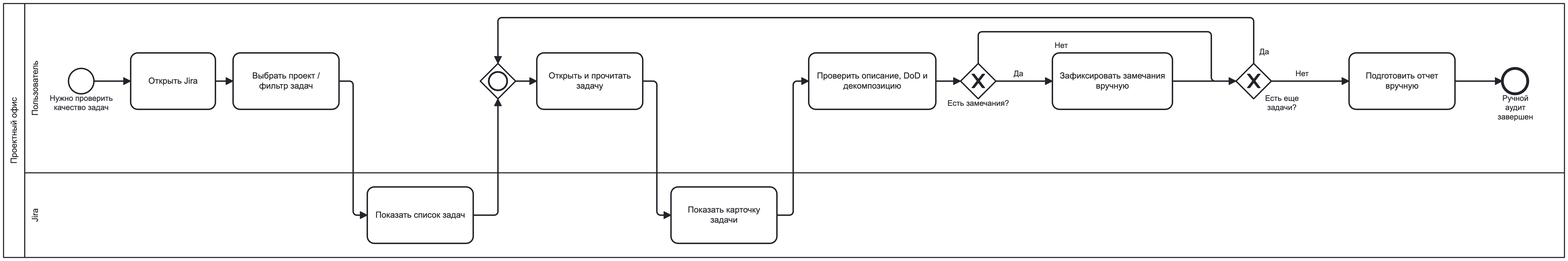
Above: docs/resources/BPMN/AS_IS.png in vladuslavivanov/jira_analyzer (BPMN), before the change. Its source is kept beside it as docs/resources/BPMN/AS_IS.bpmn. Ids are renumbered.
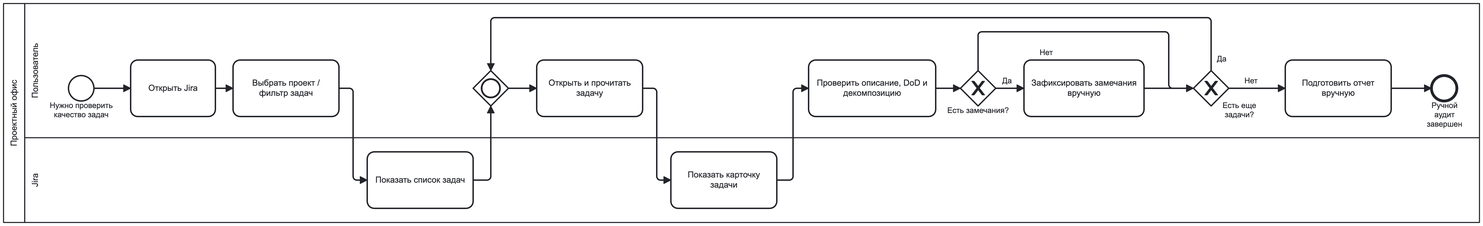
After the change.

Commit message:
update spaces on BPMN diagrams to make it similar

The edit, as a diff of the source:
```diff
@@ -8,7 +8,6 @@
         <bpmn:flowNodeRef>StartEvent_1</bpmn:flowNodeRef>
         <bpmn:flowNodeRef>Task_OpenJira</bpmn:flowNodeRef>
         <bpmn:flowNodeRef>Task_SetFilter</bpmn:flowNodeRef>
-        <bpmn:flowNodeRef>Gateway_n4</bpmn:flowNodeRef>
         <bpmn:flowNodeRef>Task_ReadIssue</bpmn:flowNodeRef>
         <bpmn:flowNodeRef>Task_CheckQuality</bpmn:flowNodeRef>
         <bpmn:flowNodeRef>Gateway_HasProblems</bpmn:flowNodeRef>
@@ -16,49 +15,13 @@
         <bpmn:flowNodeRef>Gateway_MoreIssues</bpmn:flowNodeRef>
         <bpmn:flowNodeRef>Task_PrepareReport</bpmn:flowNodeRef>
         <bpmn:flowNodeRef>EndEvent_1</bpmn:flowNodeRef>
+        <bpmn:flowNodeRef>Gateway_n4</bpmn:flowNodeRef>
       </bpmn:lane>
       <bpmn:lane id="Lane_n5" name="Jira">
         <bpmn:flowNodeRef>Task_ShowIssueList</bpmn:flowNodeRef>
         <bpmn:flowNodeRef>Task_ShowIssueCard</bpmn:flowNodeRef>
       </bpmn:lane>
     </bpmn:laneSet>
-    <bpmn:startEvent id="StartEvent_1" name="Нужно проверить качество задач">
-      <bpmn:outgoing>Flow_1</bpmn:outgoing>
-    </bpmn:startEvent>
-    <bpmn:task id="Task_OpenJira" name="Открыть Jira">
-      <bpmn:incoming>Flow_1</bpmn:incoming>
-      <bpmn:outgoing>Flow_2</bpmn:outgoing>
-    </bpmn:task>
-    <bpmn:task id="Task_SetFilter" name="Выбрать проект / фильтр задач">
-      <bpmn:incoming>Flow_2</bpmn:incoming>
-      <bpmn:outgoing>Flow_3</bpmn:outgoing>
-    </bpmn:task>
-    <bpmn:inclusiveGateway id="Gateway_n4">
-      <bpmn:incoming>Flow_4</bpmn:incoming>
-      <bpmn:incoming>Flow_11</bpmn:incoming>
-      <bpmn:outgoing>Flow_n6</bpmn:outgoing>
-    </bpmn:inclusiveGateway>
-    <bpmn:task id="Task_ReadIssue" name="Открыть и прочитать задачу">
-      <bpmn:incoming>Flow_n6</bpmn:incoming>
-      <bpmn:outgoing>Flow_5</bpmn:outgoing>
-    </bpmn:task>
-    <bpmn:task id="Task_ShowIssueList" name="Показать список задач">
-      <bpmn:incoming>Flow_3</bpmn:incoming>
-      <bpmn:outgoing>Flow_4</bpmn:outgoing>
-    </bpmn:task>
-    <bpmn:task id="Task_ShowIssueCard" name="Показать карточку задачи">
-      <bpmn:incoming>Flow_5</bpmn:incoming>
-      <bpmn:outgoing>Flow_6</bpmn:outgoing>
-    </bpmn:task>
-    <bpmn:task id="Task_CheckQuality" name="Проверить описание, DoD и декомпозицию">
-      <bpmn:incoming>Flow_6</bpmn:incoming>
-      <bpmn:outgoing>Flow_7</bpmn:outgoing>
-    </bpmn:task>
-    <bpmn:exclusiveGateway id="Gateway_HasProblems" name="Есть замечания?">
-      <bpmn:incoming>Flow_7</bpmn:incoming>
-      <bpmn:outgoing>Flow_8_No</bpmn:outgoing>
-      <bpmn:outgoing>Flow_8_Yes</bpmn:outgoing>
-    </bpmn:exclusiveGateway>
     <bpmn:sequenceFlow id="Flow_1" sourceRef="StartEvent_1" targetRef="Task_OpenJira" />
     <bpmn:sequenceFlow id="Flow_2" sourceRef="Task_OpenJira" targetRef="Task_SetFilter" />
     <bpmn:sequenceFlow id="Flow_3" sourceRef="Task_SetFilter" targetRef="Task_ShowIssueList" />
@@ -73,6 +36,38 @@
     <bpmn:sequenceFlow id="Flow_7" sourceRef="Task_CheckQuality" targetRef="Gateway_HasProblems" />
     <bpmn:sequenceFlow id="Flow_8_Yes" name="Да" sourceRef="Gateway_HasProblems" targetRef="Task_WriteComments" />
     <bpmn:sequenceFlow id="Flow_9" sourceRef="Task_WriteComments" targetRef="Gateway_MoreIssues" />
+    <bpmn:startEvent id="StartEvent_1" name="Нужно проверить качество задач">
+      <bpmn:outgoing>Flow_1</bpmn:outgoing>
+    </bpmn:startEvent>
+    <bpmn:task id="Task_OpenJira" name="Открыть Jira">
+      <bpmn:incoming>Flow_1</bpmn:incoming>
+      <bpmn:outgoing>Flow_2</bpmn:outgoing>
+    </bpmn:task>
+    <bpmn:task id="Task_SetFilter" name="Выбрать проект / фильтр задач">
+      <bpmn:incoming>Flow_2</bpmn:incoming>
+      <bpmn:outgoing>Flow_3</bpmn:outgoing>
+    </bpmn:task>
+    <bpmn:task id="Task_ReadIssue" name="Открыть и прочитать задачу">
+      <bpmn:incoming>Flow_n6</bpmn:incoming>
+      <bpmn:outgoing>Flow_5</bpmn:outgoing>
+    </bpmn:task>
+    <bpmn:task id="Task_CheckQuality" name="Проверить описание, DoD и декомпозицию">
+      <bpmn:incoming>Flow_6</bpmn:incoming>
+      <bpmn:outgoing>Flow_7</bpmn:outgoing>
+    </bpmn:task>
+    <bpmn:exclusiveGateway id="Gateway_HasProblems" name="Есть замечания?">
+      <bpmn:incoming>Flow_7</bpmn:incoming>
+      <bpmn:outgoing>Flow_8_No</bpmn:outgoing>
+      <bpmn:outgoing>Flow_8_Yes</bpmn:outgoing>
+    </bpmn:exclusiveGateway>
+    <bpmn:task id="Task_ShowIssueList" name="Показать список задач">
+      <bpmn:incoming>Flow_3</bpmn:incoming>
+      <bpmn:outgoing>Flow_4</bpmn:outgoing>
+    </bpmn:task>
+    <bpmn:task id="Task_ShowIssueCard" name="Показать карточку задачи">
+      <bpmn:incoming>Flow_5</bpmn:incoming>
+      <bpmn:outgoing>Flow_6</bpmn:outgoing>
+    </bpmn:task>
     <bpmn:task id="Task_WriteComments" name="Зафиксировать замечания вручную">
       <bpmn:incoming>Flow_8_Yes</bpmn:incoming>
       <bpmn:outgoing>Flow_9</bpmn:outgoing>
@@ -90,152 +85,157 @@
     <bpmn:endEvent id="EndEvent_1" name="Ручной аудит завершен">
       <bpmn:incoming>Flow_13</bpmn:incoming>
     </bpmn:endEvent>
+    <bpmn:inclusiveGateway id="Gateway_n4">
+      <bpmn:incoming>Flow_4</bpmn:incoming>
+      <bpmn:incoming>Flow_11</bpmn:incoming>
+      <bpmn:outgoing>Flow_n6</bpmn:outgoing>
+    </bpmn:inclusiveGateway>
   </bpmn:process>
   <bpmndi:BPMNDiagram id="BPMNDiagram_1">
     <bpmndi:BPMNPlane id="BPMNPlane_1" bpmnElement="Collaboration_n1">
       <bpmndi:BPMNShape id="Participant_n2_di" bpmnElement="Participant_n2" isHorizontal="true">
-        <dc:Bounds x="160" y="80" width="2210" height="360" />
+        <dc:Bounds x="160" y="80" width="2090" height="310" />
         <bpmndi:BPMNLabel />
       </bpmndi:BPMNShape>
       <bpmndi:BPMNShape id="Lane_n3_di" bpmnElement="Lane_n3" isHorizontal="true">
-        <dc:Bounds x="190" y="80" width="2180" height="240" />
+        <dc:Bounds x="190" y="80" width="2060" height="190" />
         <bpmndi:BPMNLabel />
       </bpmndi:BPMNShape>
       <bpmndi:BPMNShape id="Lane_n5_di" bpmnElement="Lane_n5" isHorizontal="true">
-        <dc:Bounds x="190" y="320" width="2180" height="120" />
+        <dc:Bounds x="190" y="270" width="2060" height="120" />
         <bpmndi:BPMNLabel />
       </bpmndi:BPMNShape>
       <bpmndi:BPMNShape id="StartEvent_1_di" bpmnElement="StartEvent_1">
-        <dc:Bounds x="252" y="172" width="36" height="36" />
+        <dc:Bounds x="252" y="182" width="36" height="36" />
         <bpmndi:BPMNLabel>
-          <dc:Bounds x="225" y="208" width="90" height="27" />
+          <dc:Bounds x="225" y="218" width="90" height="27" />
         </bpmndi:BPMNLabel>
       </bpmndi:BPMNShape>
       <bpmndi:BPMNShape id="Task_OpenJira_di" bpmnElement="Task_OpenJira">
-        <dc:Bounds x="340" y="150" width="120" height="80" />
+        <dc:Bounds x="340" y="160" width="120" height="80" />
       </bpmndi:BPMNShape>
       <bpmndi:BPMNShape id="Task_SetFilter_di" bpmnElement="Task_SetFilter">
-        <dc:Bounds x="485" y="150" width="150" height="80" />
-      </bpmndi:BPMNShape>
-      <bpmndi:BPMNShape id="Gateway_1n3pvmi_di" bpmnElement="Gateway_n4">
-        <dc:Bounds x="835" y="165" width="50" height="50" />
+        <dc:Bounds x="485" y="160" width="150" height="80" />
       </bpmndi:BPMNShape>
       <bpmndi:BPMNShape id="Task_ReadIssue_di" bpmnElement="Task_ReadIssue">
-        <dc:Bounds x="915" y="150" width="150" height="80" />
+        <dc:Bounds x="915" y="160" width="150" height="80" />
+      </bpmndi:BPMNShape>
+      <bpmndi:BPMNShape id="Task_CheckQuality_di" bpmnElement="Task_CheckQuality">
+        <dc:Bounds x="1300" y="160" width="180" height="80" />
+      </bpmndi:BPMNShape>
+      <bpmndi:BPMNShape id="Gateway_HasProblems_di" bpmnElement="Gateway_HasProblems" isMarkerVisible="true">
+        <dc:Bounds x="1515" y="175" width="50" height="50" />
+        <bpmndi:BPMNLabel>
+          <dc:Bounds x="1496" y="225" width="88" height="14" />
+        </bpmndi:BPMNLabel>
       </bpmndi:BPMNShape>
       <bpmndi:BPMNShape id="Task_ShowIssueList_di" bpmnElement="Task_ShowIssueList">
-        <dc:Bounds x="675" y="340" width="150" height="80" />
+        <dc:Bounds x="675" y="290" width="150" height="80" />
       </bpmndi:BPMNShape>
       <bpmndi:BPMNShape id="Task_ShowIssueCard_di" bpmnElement="Task_ShowIssueCard">
-        <dc:Bounds x="1105" y="340" width="150" height="80" />
-      </bpmndi:BPMNShape>
-      <bpmndi:BPMNShape id="Task_CheckQuality_di" bpmnElement="Task_CheckQuality">
-        <dc:Bounds x="1300" y="150" width="180" height="80" />
-      </bpmndi:BPMNShape>
-      <bpmndi:BPMNShape id="Gateway_HasProblems_di" bpmnElement="Gateway_HasProblems" isMarkerVisible="true">
-        <dc:Bounds x="1515" y="165" width="50" height="50" />
-        <bpmndi:BPMNLabel>
-          <dc:Bounds x="1496" y="215" width="88" height="14" />
-        </bpmndi:BPMNLabel>
+        <dc:Bounds x="1105" y="290" width="150" height="80" />
       </bpmndi:BPMNShape>
       <bpmndi:BPMNShape id="Task_WriteComments_di" bpmnElement="Task_WriteComments">
-        <dc:Bounds x="1645" y="150" width="170" height="80" />
+        <dc:Bounds x="1605" y="160" width="170" height="80" />
         <bpmndi:BPMNLabel />
       </bpmndi:BPMNShape>
       <bpmndi:BPMNShape id="Gateway_MoreIssues_di" bpmnElement="Gateway_MoreIssues" isMarkerVisible="true">
-        <dc:Bounds x="1905" y="165" width="50" height="50" />
+        <dc:Bounds x="1845" y="175" width="50" height="50" />
         <bpmndi:BPMNLabel>
-          <dc:Bounds x="1946" y="208" width="48" height="27" />
+          <dc:Bounds x="1886" y="218" width="48" height="27" />
         </bpmndi:BPMNLabel>
       </bpmndi:BPMNShape>
       <bpmndi:BPMNShape id="Task_PrepareReport_di" bpmnElement="Task_PrepareReport">
-        <dc:Bounds x="2065" y="150" width="150" height="80" />
+        <dc:Bounds x="1975" y="160" width="150" height="80" />
       </bpmndi:BPMNShape>
       <bpmndi:BPMNShape id="EndEvent_1_di" bpmnElement="EndEvent_1">
-        <dc:Bounds x="2282" y="172" width="36" height="36" />
+        <dc:Bounds x="2182" y="182" width="36" height="36" />
         <bpmndi:BPMNLabel>
-          <dc:Bounds x="2266" y="208" width="69" height="40" />
+          <dc:Bounds x="2166" y="218" width="69" height="40" />
         </bpmndi:BPMNLabel>
       </bpmndi:BPMNShape>
+      <bpmndi:BPMNShape id="Gateway_1n3pvmi_di" bpmnElement="Gateway_n4">
+        <dc:Bounds x="825" y="175" width="50" height="50" />
+      </bpmndi:BPMNShape>
       <bpmndi:BPMNEdge id="Flow_1_di" bpmnElement="Flow_1">
-        <di:waypoint x="288" y="190" />
-        <di:waypoint x="340" y="190" />
+        <di:waypoint x="288" y="200" />
+        <di:waypoint x="340" y="200" />
       </bpmndi:BPMNEdge>
       <bpmndi:BPMNEdge id="Flow_2_di" bpmnElement="Flow_2">
-        <di:waypoint x="460" y="190" />
-        <di:waypoint x="485" y="190" />
+        <di:waypoint x="460" y="200" />
+        <di:waypoint x="485" y="200" />
       </bpmndi:BPMNEdge>
       <bpmndi:BPMNEdge id="Flow_3_di" bpmnElement="Flow_3">
-        <di:waypoint x="635" y="190" />
-        <di:waypoint x="655" y="190" />
-        <di:waypoint x="655" y="380" />
-        <di:waypoint x="675" y="380" />
+        <di:waypoint x="635" y="200" />
+        <di:waypoint x="655" y="200" />
+        <di:waypoint x="655" y="330" />
+        <di:waypoint x="675" y="330" />
       </bpmndi:BPMNEdge>
       <bpmndi:BPMNEdge id="Flow_4_di" bpmnElement="Flow_4">
-        <di:waypoint x="825" y="380" />
-        <di:waypoint x="860" y="380" />
-        <di:waypoint x="860" y="215" />
+        <di:waypoint x="825" y="330" />
+        <di:waypoint x="850" y="330" />
+        <di:waypoint x="850" y="225" />
       </bpmndi:BPMNEdge>
       <bpmndi:BPMNEdge id="Flow_11_di" bpmnElement="Flow_11">
-        <di:waypoint x="1930" y="165" />
-        <di:waypoint x="1930" y="100" />
-        <di:waypoint x="860" y="100" />
-        <di:waypoint x="860" y="165" />
+        <di:waypoint x="1870" y="175" />
+        <di:waypoint x="1870" y="100" />
+        <di:waypoint x="850" y="100" />
+        <di:waypoint x="850" y="175" />
         <bpmndi:BPMNLabel>
-          <dc:Bounds x="1938" y="142" width="14" height="14" />
+          <dc:Bounds x="1878" y="152" width="14" height="14" />
         </bpmndi:BPMNLabel>
       </bpmndi:BPMNEdge>
       <bpmndi:BPMNEdge id="Flow_n6_di" bpmnElement="Flow_n6">
-        <di:waypoint x="885" y="190" />
-        <di:waypoint x="915" y="190" />
+        <di:waypoint x="875" y="200" />
+        <di:waypoint x="915" y="200" />
       </bpmndi:BPMNEdge>
       <bpmndi:BPMNEdge id="Flow_5_di" bpmnElement="Flow_5">
-        <di:waypoint x="1065" y="190" />
-        <di:waypoint x="1085" y="190" />
-        <di:waypoint x="1085" y="380" />
-        <di:waypoint x="1105" y="380" />
+        <di:waypoint x="1065" y="200" />
+        <di:waypoint x="1085" y="200" />
+        <di:waypoint x="1085" y="330" />
+        <di:waypoint x="1105" y="330" />
       </bpmndi:BPMNEdge>
       <bpmndi:BPMNEdge id="Flow_8_No_di" bpmnElement="Flow_8_No">
-        <di:waypoint x="1540" y="165" />
+        <di:waypoint x="1540" y="175" />
         <di:waypoint x="1540" y="120" />
-        <di:waypoint x="1870" y="120" />
-        <di:waypoint x="1870" y="190" />
-        <di:waypoint x="1905" y="190" />
+        <di:waypoint x="1810" y="120" />
+        <di:waypoint x="1810" y="200" />
+        <di:waypoint x="1845" y="200" />
         <bpmndi:BPMNLabel>
-          <dc:Bounds x="1648" y="133" width="19" height="14" />
+          <dc:Bounds x="1627" y="143" width="19" height="14" />
         </bpmndi:BPMNLabel>
       </bpmndi:BPMNEdge>
       <bpmndi:BPMNEdge id="Flow_12_di" bpmnElement="Flow_12">
-        <di:waypoint x="1955" y="190" />
-        <di:waypoint x="2065" y="190" />
+        <di:waypoint x="1895" y="200" />
+        <di:waypoint x="1975" y="200" />
         <bpmndi:BPMNLabel>
-          <dc:Bounds x="1989" y="173" width="19" height="14" />
+          <dc:Bounds x="1917" y="183" width="19" height="14" />
         </bpmndi:BPMNLabel>
       </bpmndi:BPMNEdge>
       <bpmndi:BPMNEdge id="Flow_13_di" bpmnElement="Flow_13">
-        <di:waypoint x="2215" y="190" />
-        <di:waypoint x="2282" y="190" />
+        <di:waypoint x="2125" y="200" />
+        <di:waypoint x="2182" y="200" />
       </bpmndi:BPMNEdge>
       <bpmndi:BPMNEdge id="Flow_6_di" bpmnElement="Flow_6">
-        <di:waypoint x="1255" y="380" />
-        <di:waypoint x="1278" y="380" />
-        <di:waypoint x="1278" y="190" />
-        <di:waypoint x="1300" y="190" />
+        <di:waypoint x="1255" y="330" />
+        <di:waypoint x="1278" y="330" />
+        <di:waypoint x="1278" y="200" />
+        <di:waypoint x="1300" y="200" />
       </bpmndi:BPMNEdge>
       <bpmndi:BPMNEdge id="Flow_7_di" bpmnElement="Flow_7">
-        <di:waypoint x="1480" y="190" />
-        <di:waypoint x="1515" y="190" />
+        <di:waypoint x="1480" y="200" />
+        <di:waypoint x="1515" y="200" />
       </bpmndi:BPMNEdge>
       <bpmndi:BPMNEdge id="Flow_8_Yes_di" bpmnElement="Flow_8_Yes">
-        <di:waypoint x="1565" y="190" />
-        <di:waypoint x="1645" y="190" />
+        <di:waypoint x="1565" y="200" />
+        <di:waypoint x="1605" y="200" />
         <bpmndi:BPMNLabel>
-          <dc:Bounds x="1590" y="173" width="14" height="14" />
+          <dc:Bounds x="1574" y="183" width="14" height="14" />
         </bpmndi:BPMNLabel>
       </bpmndi:BPMNEdge>
       <bpmndi:BPMNEdge id="Flow_9_di" bpmnElement="Flow_9">
-        <di:waypoint x="1815" y="190" />
-        <di:waypoint x="1905" y="190" />
+        <di:waypoint x="1775" y="200" />
+        <di:waypoint x="1845" y="200" />
       </bpmndi:BPMNEdge>
     </bpmndi:BPMNPlane>
   </bpmndi:BPMNDiagram>
```
